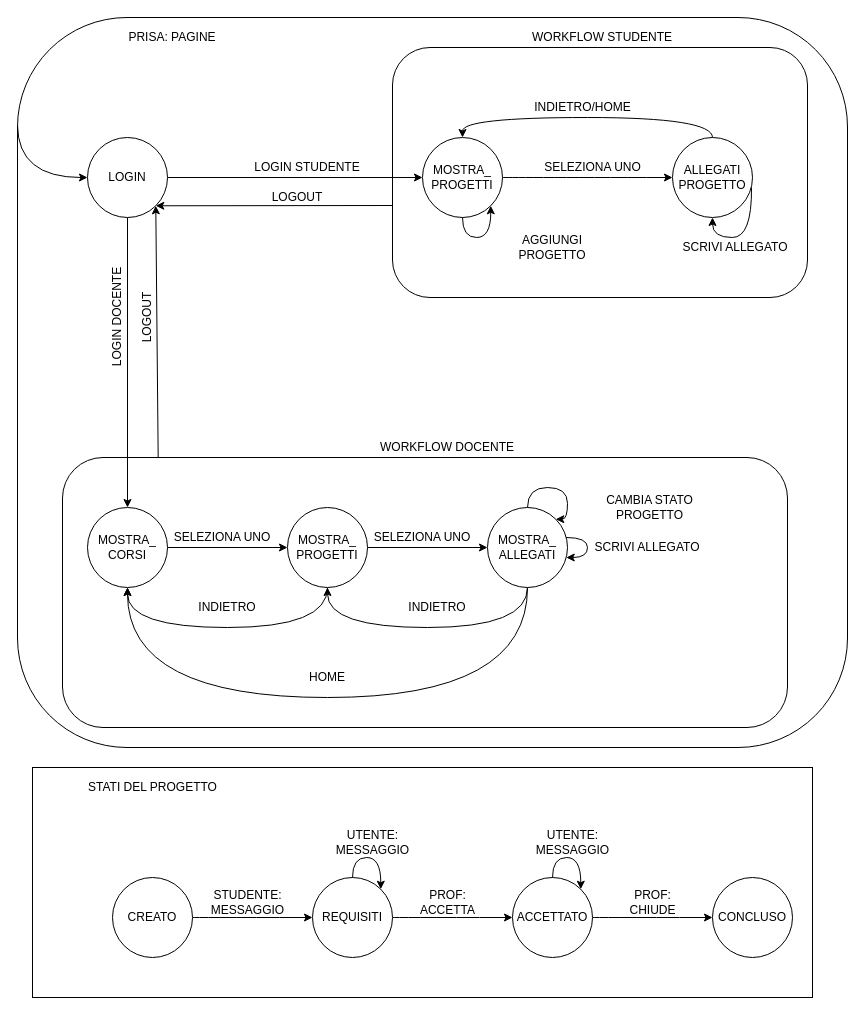
Earlier version of the draw.io diagram page "FSM_FUNZIONAMENTO" (3 of 5) of prisa_eer.drawio (Cippo95/prisa). Source tidied: cells renumbered, new cells numbered last; positions are measured from the earlier drawing's top-left corner, leaving out a move shared by most shapes. Both pictures are drawn from the tidied source at 100%, with x=0, y=0 at pixel (17, 17).
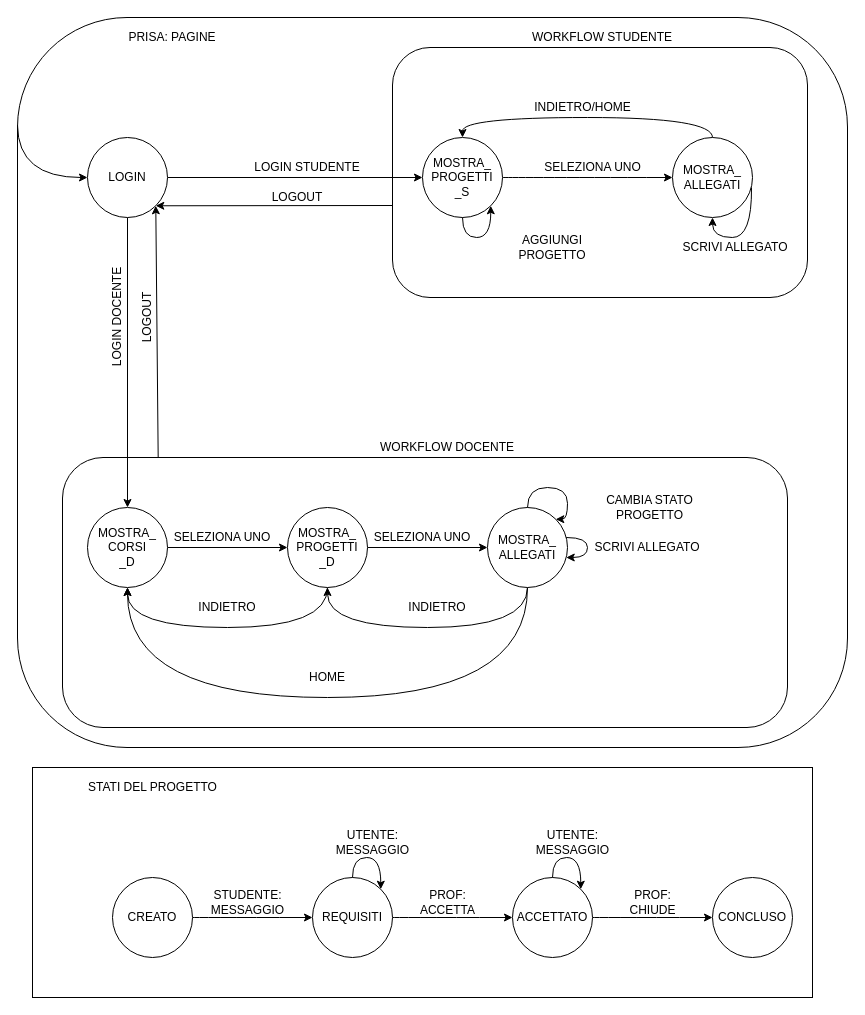
After the change.

What changed in the source:
```diff
@@
-    <mxCell id="13" value="&lt;div&gt;MOSTRA_&lt;/div&gt;&lt;div&gt;CORSI&lt;/div&gt;" style="ellipse;whiteSpace=wrap;html=1;" parent="1" vertex="1">
+    <mxCell id="13" value="&lt;div&gt;MOSTRA_&lt;/div&gt;&lt;div&gt;CORSI&lt;/div&gt;_D" style="ellipse;whiteSpace=wrap;html=1;" parent="1" vertex="1">
       <mxGeometry x="70" y="490" width="80" height="80" as="geometry" />
     </mxCell>
@@
-    <mxCell id="15" value="&lt;div&gt;MOSTRA_&lt;/div&gt;&lt;div&gt;PROGETTI&lt;/div&gt;" style="ellipse;whiteSpace=wrap;html=1;" parent="1" vertex="1">
+    <mxCell id="15" value="&lt;div&gt;MOSTRA_&lt;/div&gt;&lt;div&gt;PROGETTI&lt;/div&gt;_S" style="ellipse;whiteSpace=wrap;html=1;" parent="1" vertex="1">
       <mxGeometry x="405" y="120" width="80" height="80" as="geometry" />
     </mxCell>
@@
-    <mxCell id="18" value="&lt;div&gt;MOSTRA_&lt;/div&gt;&lt;div&gt;PROGETTI&lt;/div&gt;" style="ellipse;whiteSpace=wrap;html=1;" parent="1" vertex="1">
+    <mxCell id="18" value="&lt;div&gt;MOSTRA_&lt;/div&gt;&lt;div&gt;PROGETTI&lt;/div&gt;_D" style="ellipse;whiteSpace=wrap;html=1;" parent="1" vertex="1">
       <mxGeometry x="270" y="490" width="80" height="80" as="geometry" />
     </mxCell>
@@
-    <mxCell id="23" value="&lt;div&gt;ALLEGATI&lt;/div&gt;&lt;div&gt;PROGETTO&lt;br&gt;&lt;/div&gt;" style="ellipse;whiteSpace=wrap;html=1;" parent="1" vertex="1">
+    <mxCell id="23" value="&lt;div&gt;MOSTRA_&lt;/div&gt;&lt;div&gt;ALLEGATI&lt;/div&gt;" style="ellipse;whiteSpace=wrap;html=1;" parent="1" vertex="1">
       <mxGeometry x="655" y="120" width="80" height="80" as="geometry" />
     </mxCell>
```
